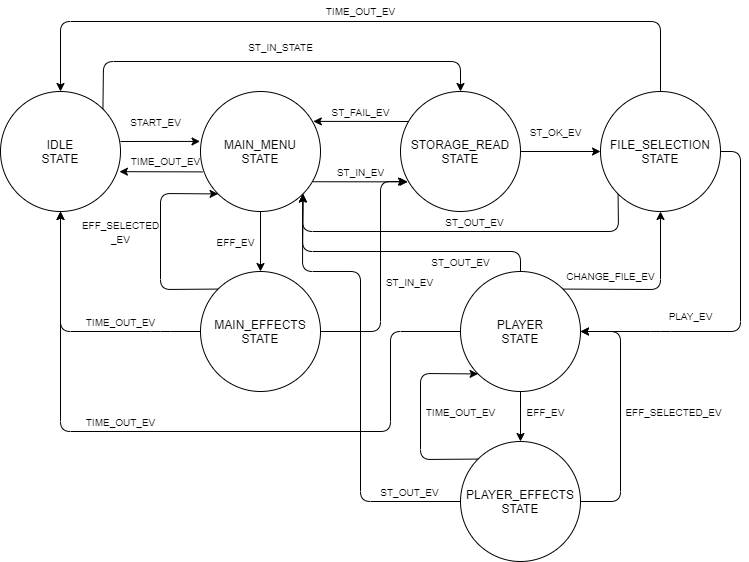
This is docs/fsm.png from Labo-Microprocesadores/MP3_Player, a draw.io export, as it was before one commit. Source tidied: cells renumbered, new cells last; positions are measured from the earlier drawing's top-left corner, leaving out a move shared by most shapes.
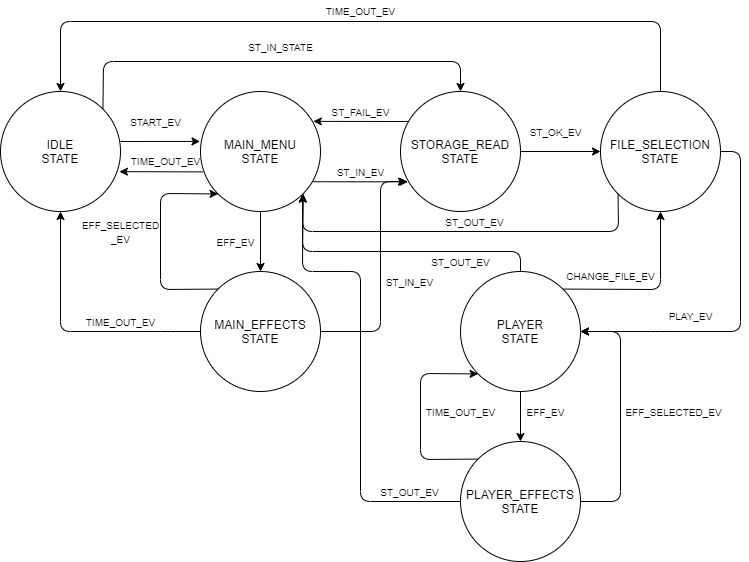
Later version of the same file.

Diff of the diagram source:
```diff
@@ -201,17 +201,5 @@
     <mxCell id="46" value="&lt;span style=&quot;font-size: 10px&quot;&gt;ST_IN_EV&lt;/span&gt;" style="text;html=1;align=center;verticalAlign=middle;" parent="1" vertex="1">
       <mxGeometry x="379" y="271" width="60" height="20" as="geometry" />
     </mxCell>
-    <mxCell id="47" style="endArrow=classic;html=1;exitX=0;exitY=0.5;exitDx=0;exitDy=0;entryX=0.5;entryY=1;entryDx=0;entryDy=0;" parent="1" edge="1" source="5" target="2">
-      <mxGeometry relative="1" as="geometry">
-        <Array as="points">
-          <mxPoint x="390" y="331" />
-          <mxPoint x="390" y="431" />
-          <mxPoint x="60" y="431" />
-        </Array>
-      </mxGeometry>
-    </mxCell>
-    <mxCell id="48" value="&lt;span style=&quot;font-size: 10px&quot;&gt;TIME_OUT_EV&lt;/span&gt;" style="text;html=1;align=center;verticalAlign=middle;" parent="1" vertex="1">
-      <mxGeometry x="75" y="411" width="90" height="20" as="geometry" />
-    </mxCell>
   </root>
 </mxGraphModel>
```
